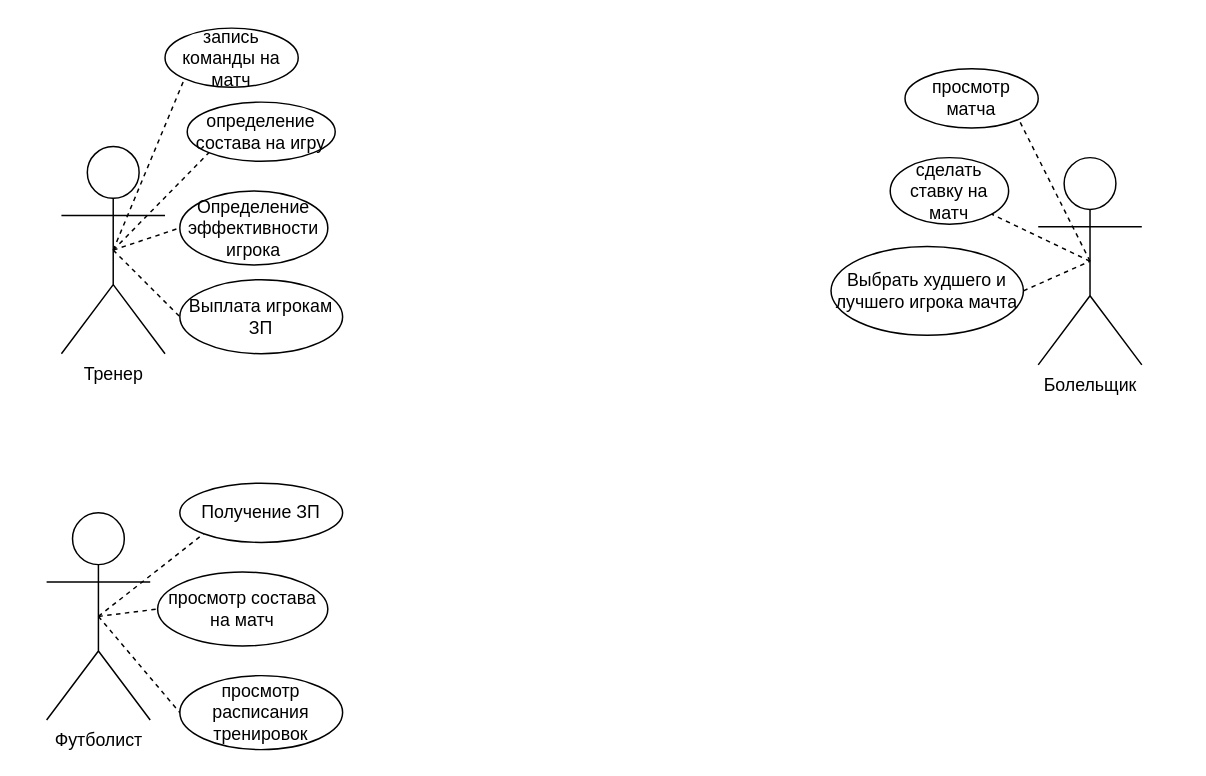
The draw.io diagram Untitled Diagram.drawio in Alexsander996/football, before the edit. Source tidied: cells renumbered, new cells numbered last; positions are measured from the earlier drawing's top-left corner, leaving out a move shared by most shapes. Both pictures are drawn from the tidied source at 148%, with x=0, y=0 at pixel (46, 27).
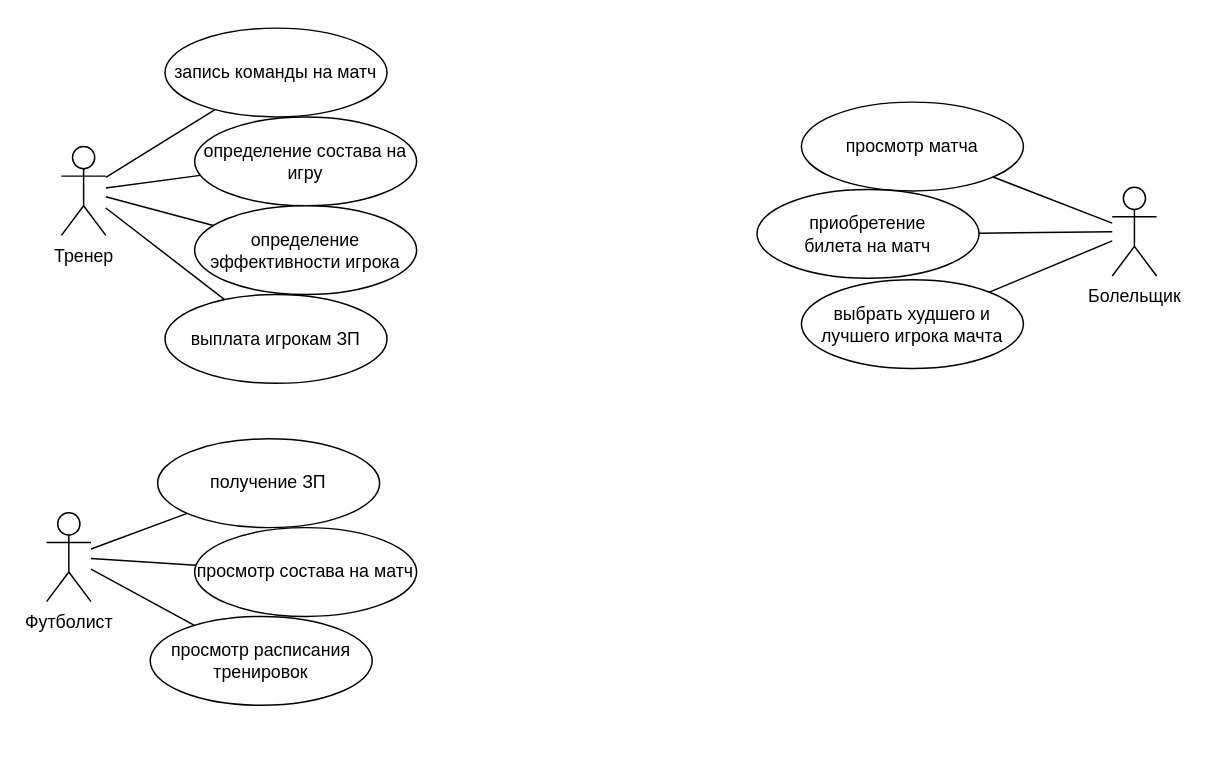
After the change.

Change to the diagram source:
```diff
@@
     <mxCell id="2" value="Тренер&lt;br&gt;" style="shape=umlActor;verticalLabelPosition=bottom;verticalAlign=top;html=1;outlineConnect=0;" parent="1" vertex="1">
-      <mxGeometry x="10" y="80.5" width="70" height="140" as="geometry" />
+      <mxGeometry x="10" y="80.5" width="30" height="60" as="geometry" />
     </mxCell>
+    <mxCell id="25" style="edgeStyle=none;rounded=0;jettySize=auto;html=1;endArrow=none;endFill=0;" parent="1" edge="1" source="3" target="2">
+      <mxGeometry relative="1" as="geometry" />
+    </mxCell>
     <mxCell id="3" value="запись команды на матч" style="ellipse;whiteSpace=wrap;html=1;" parent="1" vertex="1">
-      <mxGeometry x="80" y="0.5" width="90" height="40" as="geometry" />
+      <mxGeometry x="80" y="0.5" width="150" height="60" as="geometry" />
     </mxCell>
+    <mxCell id="26" style="edgeStyle=none;rounded=0;jettySize=auto;html=1;endArrow=none;endFill=0;" parent="1" edge="1" source="4" target="2">
+      <mxGeometry relative="1" as="geometry" />
+    </mxCell>
     <mxCell id="4" value="определение состава на игру" style="ellipse;whiteSpace=wrap;html=1;" parent="1" vertex="1">
-      <mxGeometry x="95" y="50.5" width="100" height="40" as="geometry" />
+      <mxGeometry x="100" y="60.5" width="150" height="60" as="geometry" />
     </mxCell>
+    <mxCell id="27" style="edgeStyle=none;rounded=0;jettySize=auto;html=1;endArrow=none;endFill=0;" parent="1" edge="1" source="5" target="2">
+      <mxGeometry relative="1" as="geometry" />
+    </mxCell>
-    <mxCell id="5" value="Определение эффективности игрока" style="ellipse;whiteSpace=wrap;html=1;" parent="1" vertex="1">
-      <mxGeometry x="90" y="110.5" width="100" height="50" as="geometry" />
+    <mxCell id="5" value="определение эффективности игрока" style="ellipse;whiteSpace=wrap;html=1;" parent="1" vertex="1">
+      <mxGeometry x="100" y="120.5" width="150" height="60" as="geometry" />
     </mxCell>
+    <mxCell id="28" style="edgeStyle=none;rounded=0;jettySize=auto;html=1;endArrow=none;endFill=0;" parent="1" edge="1" source="6" target="2">
+      <mxGeometry relative="1" as="geometry" />
+    </mxCell>
-    <mxCell id="6" value="Выплата игрокам ЗП" style="ellipse;whiteSpace=wrap;html=1;" parent="1" vertex="1">
-      <mxGeometry x="90" y="170.5" width="110" height="50" as="geometry" />
+    <mxCell id="6" value="выплата игрокам ЗП" style="ellipse;whiteSpace=wrap;html=1;" parent="1" vertex="1">
+      <mxGeometry x="80" y="180.5" width="150" height="60" as="geometry" />
     </mxCell>
     <mxCell id="7" value="Болельщик&lt;br&gt;" style="shape=umlActor;verticalLabelPosition=bottom;verticalAlign=top;html=1;outlineConnect=0;" parent="1" vertex="1">
-      <mxGeometry x="670" y="88" width="70" height="140" as="geometry" />
+      <mxGeometry x="720" y="108" width="30" height="60" as="geometry" />
     </mxCell>
+    <mxCell id="29" style="edgeStyle=none;rounded=0;jettySize=auto;html=1;endArrow=none;endFill=0;" parent="1" edge="1" source="8" target="7">
+      <mxGeometry relative="1" as="geometry" />
+    </mxCell>
     <mxCell id="8" value="просмотр матча" style="ellipse;whiteSpace=wrap;html=1;" parent="1" vertex="1">
-      <mxGeometry x="580" y="28" width="90" height="40" as="geometry" />
+      <mxGeometry x="510" y="50.5" width="150" height="60" as="geometry" />
     </mxCell>
+    <mxCell id="30" style="edgeStyle=none;rounded=0;jettySize=auto;html=1;endArrow=none;endFill=0;" parent="1" edge="1" source="9" target="7">
+      <mxGeometry relative="1" as="geometry" />
+    </mxCell>
-    <mxCell id="9" value="сделать ставку на матч" style="ellipse;whiteSpace=wrap;html=1;" parent="1" vertex="1">
-      <mxGeometry x="570" y="88" width="80" height="45" as="geometry" />
+    <mxCell id="9" value="приобретение &lt;br&gt;билета на матч" style="ellipse;whiteSpace=wrap;html=1;" parent="1" vertex="1">
+      <mxGeometry x="480" y="109.5" width="150" height="60" as="geometry" />
     </mxCell>
+    <mxCell id="19" style="edgeStyle=none;rounded=0;jettySize=auto;html=1;endArrow=none;endFill=0;" parent="1" edge="1" source="10" target="7">
+      <mxGeometry relative="1" as="geometry" />
+    </mxCell>
-    <mxCell id="10" value="Выбрать худшего и лучшего игрока мачта" style="ellipse;whiteSpace=wrap;html=1;" parent="1" vertex="1">
-      <mxGeometry x="530" y="148" width="130" height="60" as="geometry" />
+    <mxCell id="10" value="выбрать худшего и лучшего игрока мачта" style="ellipse;whiteSpace=wrap;html=1;" parent="1" vertex="1">
+      <mxGeometry x="510" y="170.5" width="150" height="60" as="geometry" />
     </mxCell>
+    <mxCell id="17" style="edgeStyle=none;rounded=0;jettySize=auto;html=1;endArrow=none;endFill=0;" parent="1" edge="1" source="11" target="12">
+      <mxGeometry relative="1" as="geometry" />
+    </mxCell>
     <mxCell id="11" value="Футболист" style="shape=umlActor;verticalLabelPosition=bottom;verticalAlign=top;html=1;outlineConnect=0;" parent="1" vertex="1">
-      <mxGeometry y="328" width="70" height="140" as="geometry" />
+      <mxGeometry y="328" width="30" height="60" as="geometry" />
     </mxCell>
-    <mxCell id="12" value="Получение ЗП" style="ellipse;whiteSpace=wrap;html=1;" parent="1" vertex="1">
-      <mxGeometry x="90" y="308" width="110" height="40" as="geometry" />
+    <mxCell id="12" value="получение ЗП" style="ellipse;whiteSpace=wrap;html=1;" parent="1" vertex="1">
+      <mxGeometry x="75" y="278" width="150" height="60" as="geometry" />
     </mxCell>
+    <mxCell id="31" style="edgeStyle=none;rounded=0;jettySize=auto;html=1;endArrow=none;endFill=0;" parent="1" edge="1" source="13" target="11">
+      <mxGeometry relative="1" as="geometry" />
+    </mxCell>
     <mxCell id="13" value="просмотр состава на матч" style="ellipse;whiteSpace=wrap;html=1;" parent="1" vertex="1">
-      <mxGeometry x="75" y="368" width="115" height="50" as="geometry" />
+      <mxGeometry x="100" y="338" width="150" height="60" as="geometry" />
     </mxCell>
+    <mxCell id="32" style="edgeStyle=none;rounded=0;jettySize=auto;html=1;endArrow=none;endFill=0;" parent="1" edge="1" source="14" target="11">
+      <mxGeometry relative="1" as="geometry" />
+    </mxCell>
     <mxCell id="14" value="просмотр расписания тренировок" style="ellipse;whiteSpace=wrap;html=1;" parent="1" vertex="1">
-      <mxGeometry x="90" y="438" width="110" height="50" as="geometry" />
+      <mxGeometry x="70" y="398" width="150" height="60" as="geometry" />
     </mxCell>
-    <mxCell id="15" style="endArrow=none;dashed=1;html=1;exitX=0.5;exitY=0.5;exitDx=0;exitDy=0;exitPerimeter=0;entryX=0;entryY=0.5;entryDx=0;entryDy=0;" parent="1" edge="1" source="11" target="14">
-      <mxGeometry relative="1" as="geometry" />
-    </mxCell>
-    <mxCell id="16" style="endArrow=none;dashed=1;html=1;exitX=0.5;exitY=0.5;exitDx=0;exitDy=0;exitPerimeter=0;entryX=0;entryY=0.5;entryDx=0;entryDy=0;" parent="1" edge="1" source="11" target="13">
-      <mxGeometry relative="1" as="geometry" />
-    </mxCell>
-    <mxCell id="17" style="endArrow=none;dashed=1;html=1;exitX=0.5;exitY=0.5;exitDx=0;exitDy=0;exitPerimeter=0;entryX=0;entryY=1;entryDx=0;entryDy=0;" parent="1" edge="1" source="11" target="12">
-      <mxGeometry relative="1" as="geometry" />
-    </mxCell>
-    <mxCell id="18" style="endArrow=none;dashed=1;html=1;exitX=0.5;exitY=0.5;exitDx=0;exitDy=0;exitPerimeter=0;entryX=0;entryY=0.5;entryDx=0;entryDy=0;" parent="1" edge="1" source="2" target="6">
-      <mxGeometry relative="1" as="geometry" />
-    </mxCell>
-    <mxCell id="19" style="endArrow=none;dashed=1;html=1;entryX=0.5;entryY=0.5;entryDx=0;entryDy=0;entryPerimeter=0;exitX=1;exitY=0.5;exitDx=0;exitDy=0;" parent="1" edge="1" source="10" target="7">
-      <mxGeometry relative="1" as="geometry" />
-    </mxCell>
-    <mxCell id="20" style="endArrow=none;dashed=1;html=1;exitX=0.5;exitY=0.5;exitDx=0;exitDy=0;exitPerimeter=0;entryX=0;entryY=1;entryDx=0;entryDy=0;" parent="1" edge="1" source="2" target="3">
-      <mxGeometry relative="1" as="geometry" />
-    </mxCell>
-    <mxCell id="21" style="endArrow=none;dashed=1;html=1;exitX=0.5;exitY=0.5;exitDx=0;exitDy=0;exitPerimeter=0;entryX=0;entryY=1;entryDx=0;entryDy=0;" parent="1" edge="1" source="2" target="4">
-      <mxGeometry relative="1" as="geometry" />
-    </mxCell>
-    <mxCell id="22" style="endArrow=none;dashed=1;html=1;exitX=0.5;exitY=0.5;exitDx=0;exitDy=0;exitPerimeter=0;entryX=0;entryY=0.5;entryDx=0;entryDy=0;" parent="1" edge="1" source="2" target="5">
-      <mxGeometry relative="1" as="geometry" />
-    </mxCell>
-    <mxCell id="23" style="endArrow=none;dashed=1;html=1;exitX=0.5;exitY=0.5;exitDx=0;exitDy=0;exitPerimeter=0;entryX=1;entryY=1;entryDx=0;entryDy=0;" parent="1" edge="1" source="7" target="8">
-      <mxGeometry relative="1" as="geometry" />
-    </mxCell>
-    <mxCell id="24" style="endArrow=none;dashed=1;html=1;exitX=0.5;exitY=0.5;exitDx=0;exitDy=0;exitPerimeter=0;entryX=1;entryY=1;entryDx=0;entryDy=0;" parent="1" edge="1" source="7" target="9">
-      <mxGeometry relative="1" as="geometry" />
-    </mxCell>
```
